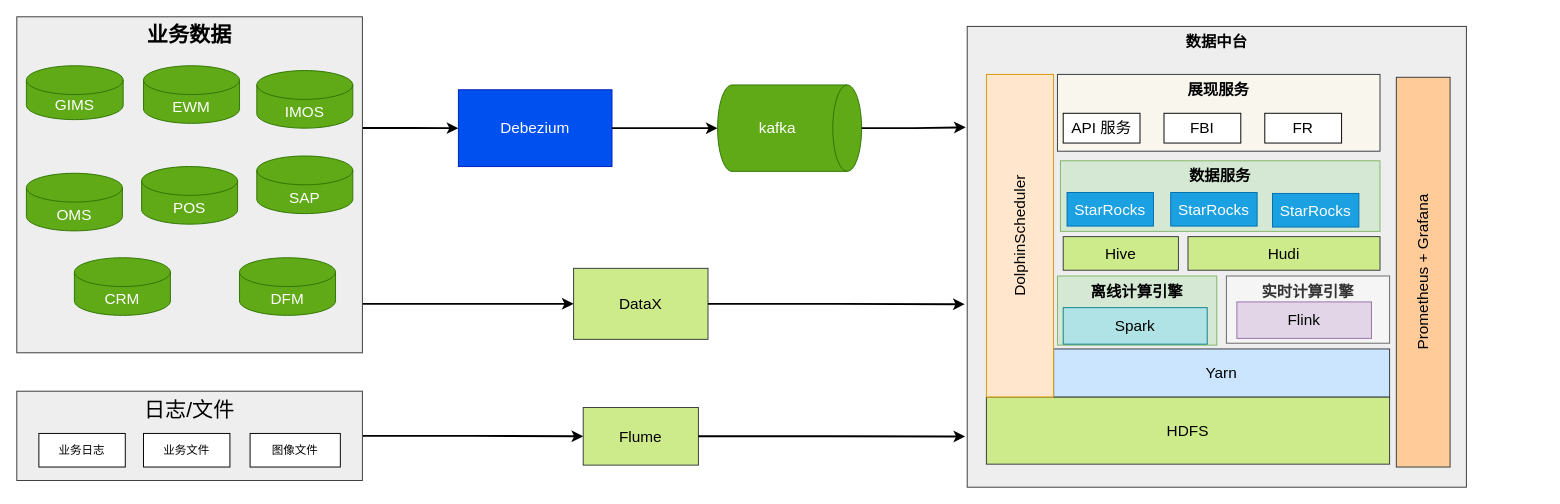
starzy1990/diagrams keeps this draw.io diagram as page "第 3 页" (3 of 3) of bsd.drawio. Above is the earlier version. Source tidied: cells renumbered, new cells numbered last; positions are measured from the earlier drawing's top-left corner, leaving out a move shared by most shapes. Both pictures are drawn from the tidied source at 96%, with x=0, y=0 at pixel (16, 16).
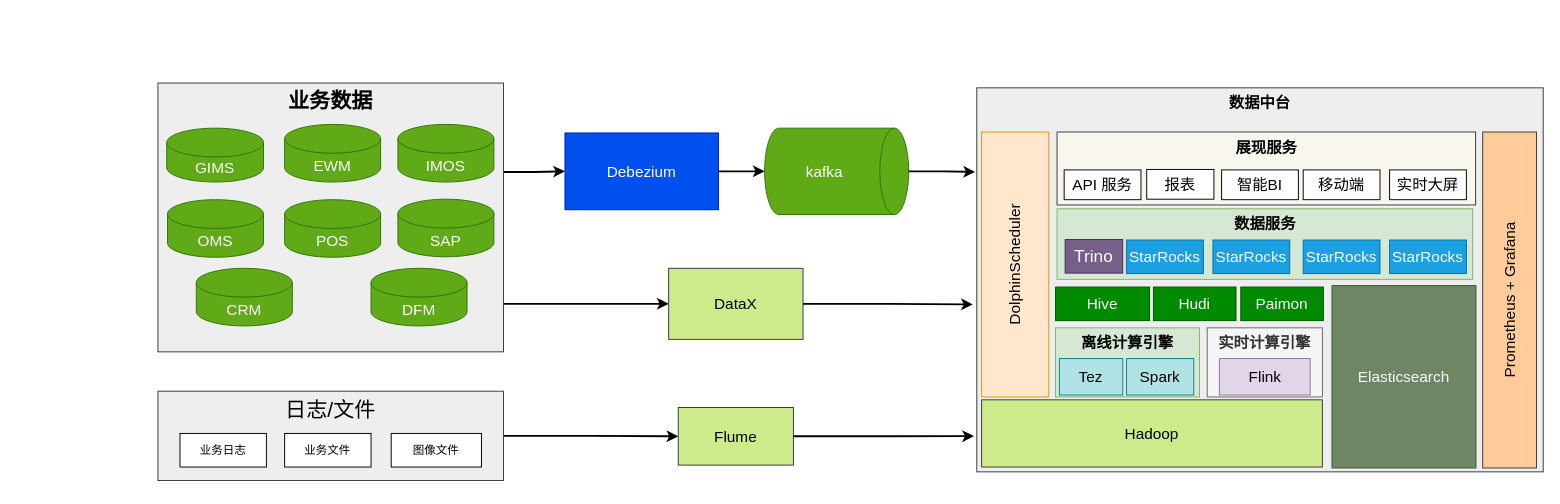
Above is the later version.

Diff of the diagram source:
```diff
@@
     <mxCell id="2" value="Debezium" style="rounded=0;whiteSpace=wrap;html=1;fillColor=#0050ef;fontColor=#ffffff;strokeColor=#001DBC;fontSize=16;" parent="1" vertex="1">
-      <mxGeometry x="460" y="76" width="160" height="80" as="geometry" />
+      <mxGeometry x="571" y="121" width="160" height="80" as="geometry" />
     </mxCell>
     <mxCell id="3" value="kafka" style="shape=cylinder3;whiteSpace=wrap;html=1;boundedLbl=1;backgroundOutline=1;size=15;direction=south;fillColor=#60a917;fontColor=#ffffff;strokeColor=#2D7600;fontSize=16;" parent="1" vertex="1">
-      <mxGeometry x="730" y="71" width="150" height="90" as="geometry" />
+      <mxGeometry x="779" y="116" width="150" height="90" as="geometry" />
     </mxCell>
@@
     <mxCell id="7" value="业务数据" style="rounded=0;whiteSpace=wrap;html=1;fillColor=#eeeeee;strokeColor=#36393d;verticalAlign=top;fontStyle=1;fontSize=22;" parent="1" vertex="1">
-      <mxGeometry width="360" height="350" as="geometry" />
+      <mxGeometry x="147" y="69" width="360" height="280" as="geometry" />
     </mxCell>
     <mxCell id="8" value="EWM" style="shape=cylinder3;whiteSpace=wrap;html=1;boundedLbl=1;backgroundOutline=1;size=15;fillColor=#60a917;fontColor=#ffffff;strokeColor=#2D7600;fontSize=16;" parent="1" vertex="1">
-      <mxGeometry x="132" y="51" width="100" height="60" as="geometry" />
+      <mxGeometry x="279" y="112.1" width="100" height="60" as="geometry" />
     </mxCell>
     <mxCell id="9" value="GIMS" style="shape=cylinder3;whiteSpace=wrap;html=1;boundedLbl=1;backgroundOutline=1;size=15;fillColor=#60a917;fontColor=#ffffff;strokeColor=#2D7600;fontSize=16;" parent="1" vertex="1">
-      <mxGeometry x="10" y="51" width="100.8" height="56.1" as="geometry" />
+      <mxGeometry x="156.2" y="116" width="100.8" height="56.1" as="geometry" />
     </mxCell>
     <mxCell id="10" value="IMOS" style="shape=cylinder3;whiteSpace=wrap;html=1;boundedLbl=1;backgroundOutline=1;size=15;fillColor=#60a917;fontColor=#ffffff;strokeColor=#2D7600;fontSize=16;" parent="1" vertex="1">
-      <mxGeometry x="250" y="56" width="100" height="60" as="geometry" />
+      <mxGeometry x="397" y="112.1" width="100" height="60" as="geometry" />
     </mxCell>
     <mxCell id="11" value="POS" style="shape=cylinder3;whiteSpace=wrap;html=1;boundedLbl=1;backgroundOutline=1;size=15;fillColor=#60a917;fontColor=#ffffff;strokeColor=#2D7600;fontSize=16;" parent="1" vertex="1">
-      <mxGeometry x="130" y="156" width="100" height="60" as="geometry" />
+      <mxGeometry x="279" y="190.5" width="100" height="60" as="geometry" />
     </mxCell>
     <mxCell id="12" value="OMS" style="shape=cylinder3;whiteSpace=wrap;html=1;boundedLbl=1;backgroundOutline=1;size=15;fillColor=#60a917;fontColor=#ffffff;strokeColor=#2D7600;fontSize=16;" parent="1" vertex="1">
-      <mxGeometry x="10" y="163" width="100" height="60" as="geometry" />
+      <mxGeometry x="157" y="190.5" width="100" height="60" as="geometry" />
     </mxCell>
     <mxCell id="13" value="SAP" style="shape=cylinder3;whiteSpace=wrap;html=1;boundedLbl=1;backgroundOutline=1;size=15;fillColor=#60a917;fontColor=#ffffff;strokeColor=#2D7600;fontSize=16;" parent="1" vertex="1">
-      <mxGeometry x="250" y="145" width="100" height="60" as="geometry" />
+      <mxGeometry x="397" y="190" width="100" height="60" as="geometry" />
     </mxCell>
     <mxCell id="14" value="CRM" style="shape=cylinder3;whiteSpace=wrap;html=1;boundedLbl=1;backgroundOutline=1;size=15;fillColor=#60a917;fontColor=#ffffff;strokeColor=#2D7600;fontSize=16;" parent="1" vertex="1">
-      <mxGeometry x="60" y="251" width="100" height="60" as="geometry" />
+      <mxGeometry x="187" y="262" width="100" height="60" as="geometry" />
     </mxCell>
     <mxCell id="15" value="DFM" style="shape=cylinder3;whiteSpace=wrap;html=1;boundedLbl=1;backgroundOutline=1;size=15;fillColor=#60a917;fontColor=#ffffff;strokeColor=#2D7600;fontSize=16;" parent="1" vertex="1">
-      <mxGeometry x="232" y="251" width="100" height="60" as="geometry" />
+      <mxGeometry x="369" y="262" width="100" height="60" as="geometry" />
     </mxCell>
     <mxCell id="16" value="数据中台" style="rounded=0;whiteSpace=wrap;html=1;fillColor=#eeeeee;strokeColor=#36393d;verticalAlign=top;fontSize=16;fontStyle=1;" parent="1" vertex="1">
-      <mxGeometry x="990" y="10" width="520" height="480" as="geometry" />
+      <mxGeometry x="1000" y="74" width="590" height="400" as="geometry" />
     </mxCell>
-    <mxCell id="17" value="HDFS" style="rounded=0;whiteSpace=wrap;html=1;fillColor=#cdeb8b;strokeColor=#36393d;fontSize=16;verticalAlign=middle;fontStyle=0;" parent="1" vertex="1">
-      <mxGeometry x="1010" y="396" width="420" height="70" as="geometry" />
+    <mxCell id="17" value="Hadoop" style="rounded=0;whiteSpace=wrap;html=1;fillColor=#cdeb8b;strokeColor=#36393d;fontSize=16;verticalAlign=middle;fontStyle=0;" parent="1" vertex="1">
+      <mxGeometry x="1005" y="399" width="355" height="70" as="geometry" />
     </mxCell>
-    <mxCell id="18" value="Yarn" style="rounded=0;whiteSpace=wrap;html=1;fillColor=#cce5ff;strokeColor=#36393d;fontStyle=0;fontSize=16;" parent="1" vertex="1">
-      <mxGeometry x="1080" y="346" width="350" height="50" as="geometry" />
-    </mxCell>
     <mxCell id="19" value="DolphinScheduler" style="rounded=0;whiteSpace=wrap;html=1;fillColor=#ffe6cc;strokeColor=#d79b00;horizontal=0;fontSize=16;" parent="1" vertex="1">
-      <mxGeometry x="1010" y="60" width="70" height="336" as="geometry" />
+      <mxGeometry x="1005" y="120" width="70" height="276" as="geometry" />
     </mxCell>
-    <mxCell id="20" value="Hive" style="rounded=0;whiteSpace=wrap;html=1;fillColor=#cdeb8b;strokeColor=#36393d;fontSize=16;direction=south;" parent="1" vertex="1">
-      <mxGeometry x="1090" y="229" width="120" height="35" as="geometry" />
+    <mxCell id="20" value="Hive" style="rounded=0;whiteSpace=wrap;html=1;fillColor=#008a00;strokeColor=#005700;fontSize=16;direction=south;fontColor=#ffffff;" parent="1" vertex="1">
+      <mxGeometry x="1082" y="281.5" width="98" height="35" as="geometry" />
     </mxCell>
     <mxCell id="21" value="离线计算引擎" style="rounded=0;whiteSpace=wrap;html=1;align=center;verticalAlign=top;horizontal=1;textDirection=ltr;labelPosition=center;verticalLabelPosition=middle;fontStyle=1;fillColor=#d5e8d4;strokeColor=#82b366;fontSize=16;" parent="1" vertex="1">
-      <mxGeometry x="1084" y="270" width="166" height="72" as="geometry" />
+      <mxGeometry x="1082" y="324" width="150" height="72" as="geometry" />
     </mxCell>
     <mxCell id="22" value="Spark" style="rounded=0;whiteSpace=wrap;html=1;fillColor=#b0e3e6;strokeColor=#0e8088;fontStyle=0;fontSize=16;" parent="1" vertex="1">
-      <mxGeometry x="1090" y="303" width="150" height="38" as="geometry" />
+      <mxGeometry x="1156" y="356" width="70" height="38" as="geometry" />
     </mxCell>
     <mxCell id="23" value="实时计算引擎" style="rounded=0;whiteSpace=wrap;html=1;align=center;verticalAlign=top;horizontal=1;textDirection=ltr;labelPosition=center;verticalLabelPosition=middle;fontStyle=1;fillColor=#f5f5f5;strokeColor=#666666;fontColor=#333333;fontSize=16;" parent="1" vertex="1">
-      <mxGeometry x="1260" y="270" width="170" height="70" as="geometry" />
+      <mxGeometry x="1240" y="324" width="120" height="72" as="geometry" />
     </mxCell>
     <mxCell id="24" value="Flink" style="rounded=0;whiteSpace=wrap;html=1;fillColor=#e1d5e7;strokeColor=#9673a6;fontStyle=0;fontSize=16;" parent="1" vertex="1">
-      <mxGeometry x="1270.9" y="297" width="140.2" height="38" as="geometry" />
+      <mxGeometry x="1252.7" y="356" width="94.6" height="38" as="geometry" />
     </mxCell>
     <mxCell id="25" value="数据服务" style="rounded=0;whiteSpace=wrap;html=1;align=center;fontStyle=1;fillColor=#d5e8d4;strokeColor=#82b366;verticalAlign=top;fontSize=16;" parent="1" vertex="1">
-      <mxGeometry x="1087.1" y="150" width="332.9" height="73.5" as="geometry" />
+      <mxGeometry x="1083.6" y="200" width="432.9" height="73.5" as="geometry" />
     </mxCell>
-    <mxCell id="26" value="StarRocks" style="rounded=0;whiteSpace=wrap;html=1;fillColor=#1ba1e2;fontColor=#ffffff;strokeColor=#006EAF;fontSize=16;" parent="1" vertex="1">
-      <mxGeometry x="1202" y="183" width="90" height="35" as="geometry" />
-    </mxCell>
     <mxCell id="27" value="DataX" style="rounded=0;whiteSpace=wrap;html=1;fillColor=#cdeb8b;strokeColor=#36393d;fontStyle=0;fontSize=16;" parent="1" vertex="1">
-      <mxGeometry x="580" y="262" width="140" height="74" as="geometry" />
+      <mxGeometry x="679" y="262" width="140" height="74" as="geometry" />
     </mxCell>
@@
     <mxCell id="29" value="日志/文件" style="rounded=0;whiteSpace=wrap;html=1;fillColor=#eeeeee;strokeColor=#36393d;verticalAlign=top;fontSize=22;" parent="1" vertex="1">
-      <mxGeometry y="390" width="360" height="93" as="geometry" />
+      <mxGeometry x="147" y="390" width="360" height="93" as="geometry" />
     </mxCell>
     <mxCell id="30" value="图像文件" style="rounded=0;whiteSpace=wrap;html=1;" parent="1" vertex="1">
-      <mxGeometry x="243" y="434" width="94" height="35" as="geometry" />
+      <mxGeometry x="390" y="434" width="94" height="35" as="geometry" />
     </mxCell>
@@
-    <mxCell id="32" style="edgeStyle=orthogonalEdgeStyle;rounded=0;jettySize=auto;html=1;entryX=-0.005;entryY=0.603;entryDx=0;entryDy=0;entryPerimeter=0;strokeWidth=2;" parent="1" edge="1" source="27" target="16">
+    <mxCell id="32" style="edgeStyle=orthogonalEdgeStyle;rounded=0;jettySize=auto;html=1;entryX=-0.007;entryY=0.564;entryDx=0;entryDy=0;entryPerimeter=0;strokeWidth=2;" parent="1" edge="1" source="27" target="16">
       <mxGeometry relative="1" as="geometry" />
     </mxCell>
     <mxCell id="33" value="Flume" style="rounded=0;whiteSpace=wrap;html=1;fillColor=#cdeb8b;strokeColor=#36393d;fontStyle=0;fontSize=16;" parent="1" vertex="1">
-      <mxGeometry x="590" y="407" width="120" height="60" as="geometry" />
+      <mxGeometry x="689" y="407" width="120" height="60" as="geometry" />
     </mxCell>
-    <mxCell id="34" style="edgeStyle=orthogonalEdgeStyle;rounded=0;jettySize=auto;html=1;entryX=-0.004;entryY=0.89;entryDx=0;entryDy=0;entryPerimeter=0;strokeWidth=2;" parent="1" edge="1" source="33" target="16">
+    <mxCell id="34" style="edgeStyle=orthogonalEdgeStyle;rounded=0;jettySize=auto;html=1;entryX=-0.005;entryY=0.907;entryDx=0;entryDy=0;entryPerimeter=0;strokeWidth=2;" parent="1" edge="1" source="33" target="16">
       <mxGeometry relative="1" as="geometry" />
     </mxCell>
-    <mxCell id="35" value="Hudi" style="rounded=0;whiteSpace=wrap;html=1;fillColor=#cdeb8b;strokeColor=#36393d;fontSize=16;" parent="1" vertex="1">
-      <mxGeometry x="1220" y="229" width="200" height="35" as="geometry" />
+    <mxCell id="35" value="Hudi" style="rounded=0;whiteSpace=wrap;html=1;fillColor=#008a00;strokeColor=#005700;fontSize=16;fontColor=#ffffff;" parent="1" vertex="1">
+      <mxGeometry x="1184" y="281.5" width="86" height="35" as="geometry" />
     </mxCell>
     <mxCell id="36" value="展现服务" style="rounded=0;whiteSpace=wrap;html=1;verticalAlign=top;fillColor=#f9f7ed;strokeColor=#36393d;fontStyle=1;fontSize=16;" parent="1" vertex="1">
-      <mxGeometry x="1084" y="60" width="336" height="80" as="geometry" />
+      <mxGeometry x="1083.6" y="120" width="436" height="76" as="geometry" />
     </mxCell>
     <mxCell id="37" value="业务日志" style="rounded=0;whiteSpace=wrap;html=1;" parent="1" vertex="1">
-      <mxGeometry x="23" y="434" width="90" height="35" as="geometry" />
+      <mxGeometry x="170" y="434" width="90" height="35" as="geometry" />
     </mxCell>
     <mxCell id="38" value="业务文件" style="rounded=0;whiteSpace=wrap;html=1;" parent="1" vertex="1">
-      <mxGeometry x="132" y="434" width="90" height="35" as="geometry" />
+      <mxGeometry x="279" y="434" width="90" height="35" as="geometry" />
     </mxCell>
     <mxCell id="39" value="Prometheus +&amp;nbsp;Grafana" style="rounded=0;whiteSpace=wrap;html=1;horizontal=0;fontSize=16;fillColor=#ffcc99;strokeColor=#36393d;" parent="1" vertex="1">
-      <mxGeometry x="1437" y="63" width="56" height="406" as="geometry" />
+      <mxGeometry x="1527" y="120" width="56" height="350" as="geometry" />
     </mxCell>
     <mxCell id="40" value="API 服务" style="rounded=0;whiteSpace=wrap;html=1;fontSize=16;" parent="1" vertex="1">
-      <mxGeometry x="1090" y="100.5" width="80" height="31" as="geometry" />
+      <mxGeometry x="1091" y="159.5" width="80" height="31" as="geometry" />
     </mxCell>
-    <mxCell id="41" value="FBI" style="rounded=0;whiteSpace=wrap;html=1;fontSize=16;" parent="1" vertex="1">
-      <mxGeometry x="1195" y="100.5" width="80" height="31" as="geometry" />
+    <mxCell id="41" value="报表" style="rounded=0;whiteSpace=wrap;html=1;fontSize=16;" parent="1" vertex="1">
+      <mxGeometry x="1177" y="159" width="70" height="31" as="geometry" />
     </mxCell>
-    <mxCell id="42" value="FR" style="rounded=0;whiteSpace=wrap;html=1;fontSize=16;" parent="1" vertex="1">
-      <mxGeometry x="1300" y="100.5" width="80" height="31" as="geometry" />
+    <mxCell id="42" value="智能BI" style="rounded=0;whiteSpace=wrap;html=1;fontSize=16;" parent="1" vertex="1">
+      <mxGeometry x="1255" y="159.5" width="80" height="31" as="geometry" />
     </mxCell>
-    <mxCell id="43" value="StarRocks" style="rounded=0;whiteSpace=wrap;html=1;fillColor=#1ba1e2;fontColor=#ffffff;strokeColor=#006EAF;fontSize=16;" parent="1" vertex="1">
-      <mxGeometry x="1094" y="183" width="90" height="35" as="geometry" />
-    </mxCell>
-    <mxCell id="44" value="StarRocks" style="rounded=0;whiteSpace=wrap;html=1;fillColor=#1ba1e2;fontColor=#ffffff;strokeColor=#006EAF;fontSize=16;" parent="1" vertex="1">
-      <mxGeometry x="1308" y="184" width="90" height="35" as="geometry" />
-    </mxCell>
+    <mxCell id="45" value="Elasticsearch" style="rounded=0;whiteSpace=wrap;html=1;strokeColor=#3A5431;align=center;verticalAlign=middle;fontFamily=Helvetica;fontSize=16;fontColor=#ffffff;fillColor=#6d8764;" parent="1" vertex="1">
+      <mxGeometry x="1370" y="280" width="150" height="190" as="geometry" />
+    </mxCell>
+    <mxCell id="46" value="Tez" style="rounded=0;whiteSpace=wrap;html=1;fillColor=#b0e3e6;strokeColor=#0e8088;fontStyle=0;fontSize=16;" parent="1" vertex="1">
+      <mxGeometry x="1086" y="356" width="66" height="38" as="geometry" />
+    </mxCell>
+    <mxCell id="47" value="Paimon" style="rounded=0;whiteSpace=wrap;html=1;fillColor=#008a00;strokeColor=#005700;fontSize=16;fontColor=#ffffff;" parent="1" vertex="1">
+      <mxGeometry x="1275" y="281.5" width="86" height="35" as="geometry" />
+    </mxCell>
+    <mxCell id="48" value="StarRocks" style="rounded=0;whiteSpace=wrap;html=1;fillColor=#1ba1e2;fontColor=#ffffff;strokeColor=#006EAF;fontSize=16;" parent="1" vertex="1">
+      <mxGeometry x="1156" y="232.5" width="80" height="35" as="geometry" />
+    </mxCell>
+    <mxCell id="49" value="StarRocks" style="rounded=0;whiteSpace=wrap;html=1;fillColor=#1ba1e2;fontColor=#ffffff;strokeColor=#006EAF;fontSize=16;" parent="1" vertex="1">
+      <mxGeometry x="1246" y="232.5" width="80" height="35" as="geometry" />
+    </mxCell>
+    <mxCell id="50" value="StarRocks" style="rounded=0;whiteSpace=wrap;html=1;fillColor=#1ba1e2;fontColor=#ffffff;strokeColor=#006EAF;fontSize=16;" parent="1" vertex="1">
+      <mxGeometry x="1340" y="232.5" width="80" height="35" as="geometry" />
+    </mxCell>
+    <mxCell id="51" value="StarRocks" style="rounded=0;whiteSpace=wrap;html=1;fillColor=#1ba1e2;fontColor=#ffffff;strokeColor=#006EAF;fontSize=16;" parent="1" vertex="1">
+      <mxGeometry x="1430" y="232.5" width="80" height="35" as="geometry" />
+    </mxCell>
+    <mxCell id="52" value="Trino" style="rounded=0;whiteSpace=wrap;html=1;fillColor=#76608a;strokeColor=#432D57;fontSize=18;fontColor=#ffffff;" parent="1" vertex="1">
+      <mxGeometry x="1092" y="232" width="60" height="35" as="geometry" />
+    </mxCell>
+    <mxCell id="53" value="移动端" style="rounded=0;whiteSpace=wrap;html=1;fontSize=16;" parent="1" vertex="1">
+      <mxGeometry x="1340" y="159.5" width="80" height="31" as="geometry" />
+    </mxCell>
+    <mxCell id="54" value="实时大屏" style="rounded=0;whiteSpace=wrap;html=1;fontSize=16;" parent="1" vertex="1">
+      <mxGeometry x="1430" y="159.5" width="80" height="31" as="geometry" />
+    </mxCell>
```
